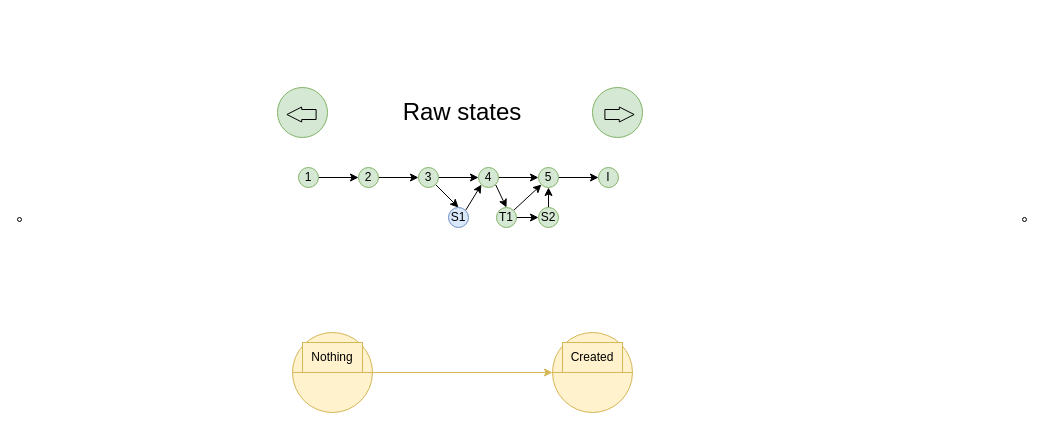
Earlier version of the draw.io diagram page "S1" (4 of 9) of spec/BaseScenario.drawio (Pruvendo/hipo-wallet). Source tidied: cells renumbered, new cells numbered last; positions are measured from the earlier drawing's top-left corner, leaving out a move shared by most shapes. Both pictures are drawn from the tidied source at 100%, with x=0, y=0 at pixel (17, 87).
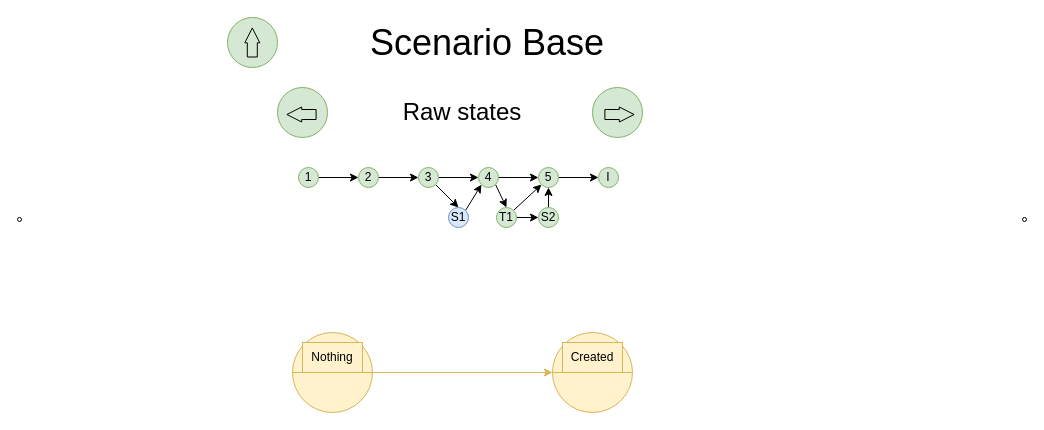
After the change.

Diff of the diagram source:
```diff
@@
+    <mxCell id="34" value="Scenario Base" style="text;html=1;strokeColor=none;fillColor=none;align=center;verticalAlign=middle;whiteSpace=wrap;rounded=0;fontSize=36;" parent="1" vertex="1">
+      <mxGeometry x="245" y="-60" width="450" height="30" as="geometry" />
+    </mxCell>
+    <mxCell id="35" style="ellipse;whiteSpace=wrap;html=1;fillColor=#d5e8d4;strokeColor=#82b366;" parent="1" vertex="1">
+      <mxGeometry x="210" y="-70" width="50" height="50" as="geometry" />
+    </mxCell>
+    <mxCell id="36" style="shape=flexArrow;endArrow=classic;html=1;rounded=0;endWidth=4;endSize=4.6;" parent="1" edge="1">
+      <mxGeometry relative="1" as="geometry">
+        <mxPoint x="234.8" y="-30" as="sourcePoint" />
+        <mxPoint x="234.8" y="-60" as="targetPoint" />
+      </mxGeometry>
+    </mxCell>
```
